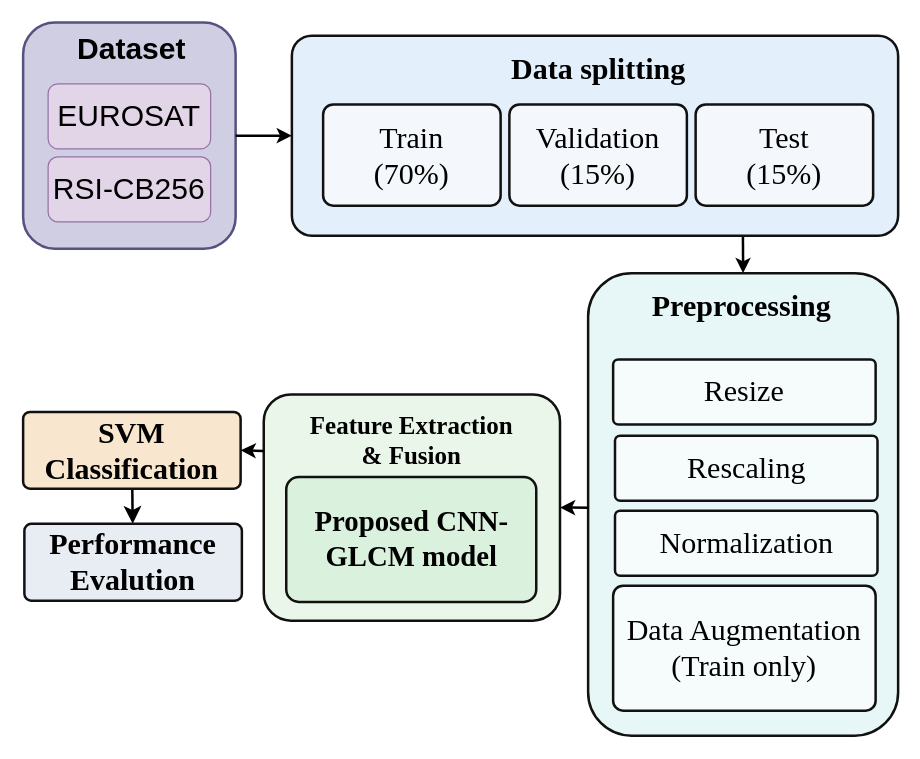
This is glcm blk.drawio from fac010150-cyber/draw_io, a draw.io file, before an edit. Source tidied: cells renumbered, new cells numbered last; positions are measured from the earlier drawing's top-left corner, leaving out a move shared by most shapes. Both pictures are drawn from the tidied source at 125%, with x=0, y=0 at pixel (22, 22).
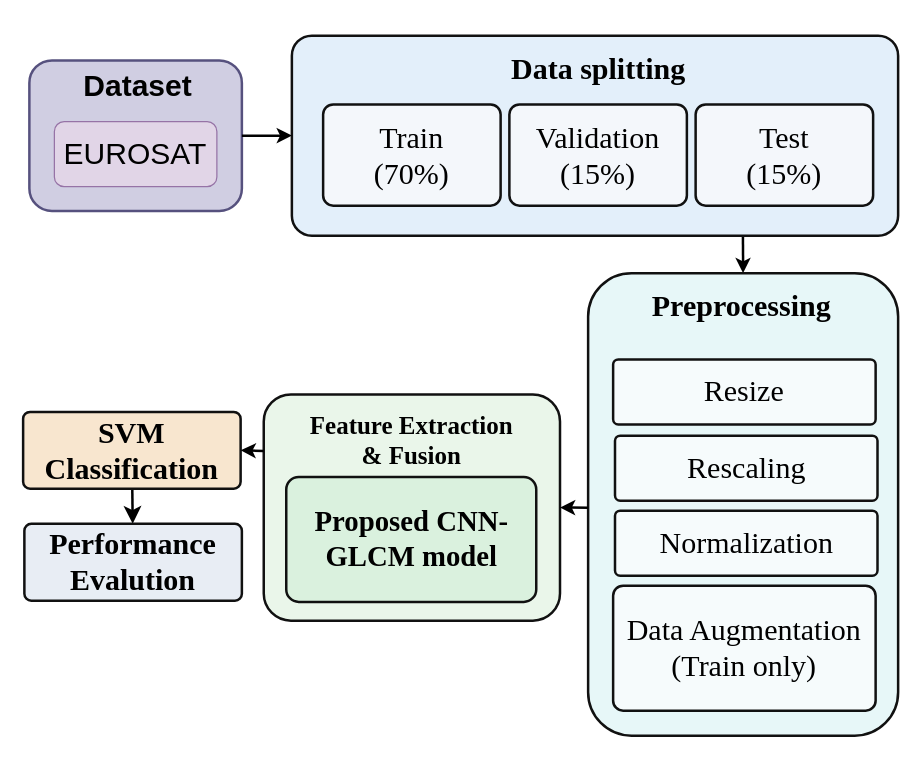
After the change.

Change to the diagram source:
```diff
@@
     <mxCell id="20" style="rounded=1;whiteSpace=wrap;html=1;roundedPerimeter=1;fillColor=#d0cee2;strokeColor=#56517e;strokeWidth=2;" parent="1" vertex="1">
-      <mxGeometry y="-0.5" width="170" height="181" as="geometry" />
+      <mxGeometry x="5" y="29.8" width="170" height="120.5" as="geometry" />
     </mxCell>
     <mxCell id="21" value="EUROSAT" style="rounded=1;whiteSpace=wrap;html=1;roundedPerimeter=1;fillColor=#e1d5e7;strokeColor=#9673a6;fontSize=24;" parent="1" vertex="1">
-      <mxGeometry x="20" y="48.5" width="130" height="52" as="geometry" />
+      <mxGeometry x="25" y="78.8" width="130" height="52" as="geometry" />
     </mxCell>
-    <mxCell id="22" value="RSI-CB256" style="rounded=1;whiteSpace=wrap;html=1;roundedPerimeter=1;fillColor=#e1d5e7;strokeColor=#9673a6;fontSize=24;" parent="1" vertex="1">
-      <mxGeometry x="20" y="107" width="130" height="52" as="geometry" />
-    </mxCell>
     <mxCell id="23" value="&lt;span&gt;Dataset&lt;/span&gt;" style="text;html=1;whiteSpace=wrap;strokeColor=none;fillColor=none;align=center;verticalAlign=middle;rounded=0;fontSize=24;fontStyle=1;" parent="1" vertex="1">
-      <mxGeometry x="22" width="130" height="41.5" as="geometry" />
+      <mxGeometry x="27" y="30.2" width="130" height="41.5" as="geometry" />
     </mxCell>
```
